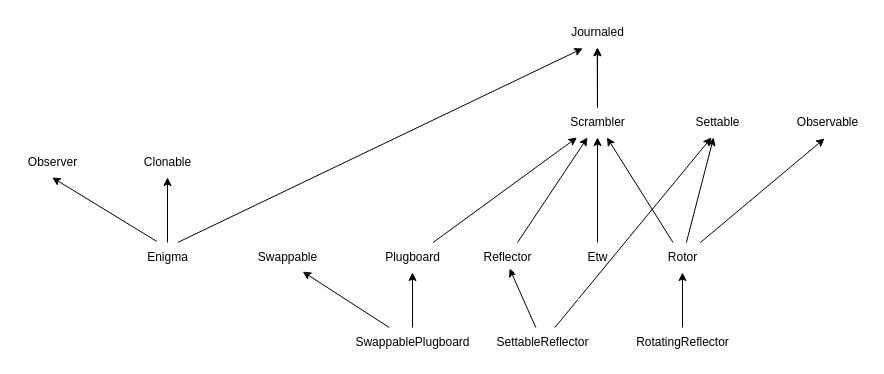
Earlier version of the draw.io diagram page "Inheritance diagram" (2 of 2) of diagrams/rotors.drawio (denismaggior8/enigma-python). Source tidied: cells renumbered, new cells numbered last; positions are measured from the earlier drawing's top-left corner, leaving out a move shared by most shapes. Both pictures are drawn from the tidied source at 100%, with x=0, y=0 at pixel (17, 17).
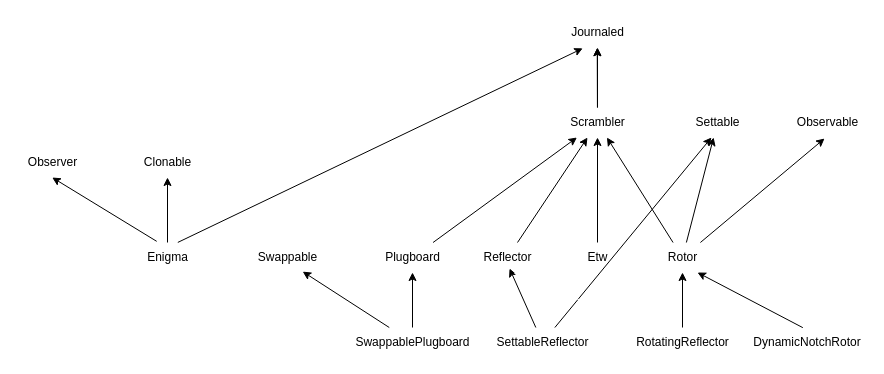
The same page after the edit.

Commit message (it also covers changes not shown here):
feat: Introduce DynamicNotchRotor for Enigma K, update rotor classes, tests, and documentation.

Diff of the diagram source:
```diff
@@
+    <mxCell id="34" value="DynamicNotchRotor" style="text;html=1;whiteSpace=wrap;strokeColor=none;fillColor=none;align=center;verticalAlign=middle;rounded=0;" parent="1" vertex="1">
+      <mxGeometry x="760" y="310" width="60" height="30" as="geometry" />
+    </mxCell>
+    <mxCell id="35" style="rounded=0;jettySize=auto;html=1;exitX=0.422;exitY=0.005;exitDx=0;exitDy=0;exitPerimeter=0;" parent="1" edge="1" source="34">
+      <mxGeometry relative="1" as="geometry">
+        <mxPoint x="680" y="255" as="targetPoint" />
+      </mxGeometry>
+    </mxCell>
```
